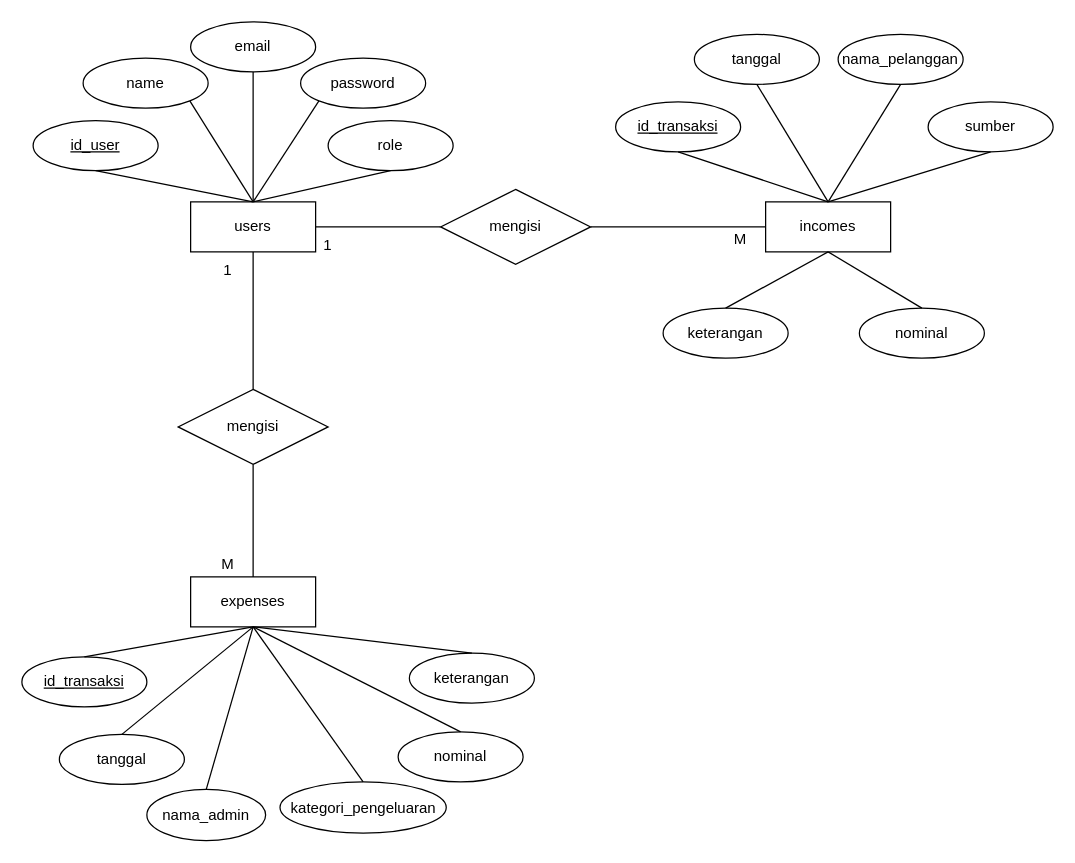
Above: page "ERD" (1 of 2) of ERD Table.drawio in Joyce-Acia/PWL_Keuangan (draw.io), before the change. Source tidied: cells renumbered, new cells numbered last; positions are measured from the earlier drawing's top-left corner, leaving out a move shared by most shapes. Both pictures are drawn from the tidied source at 125%, with x=0, y=0 at pixel (21, 21).
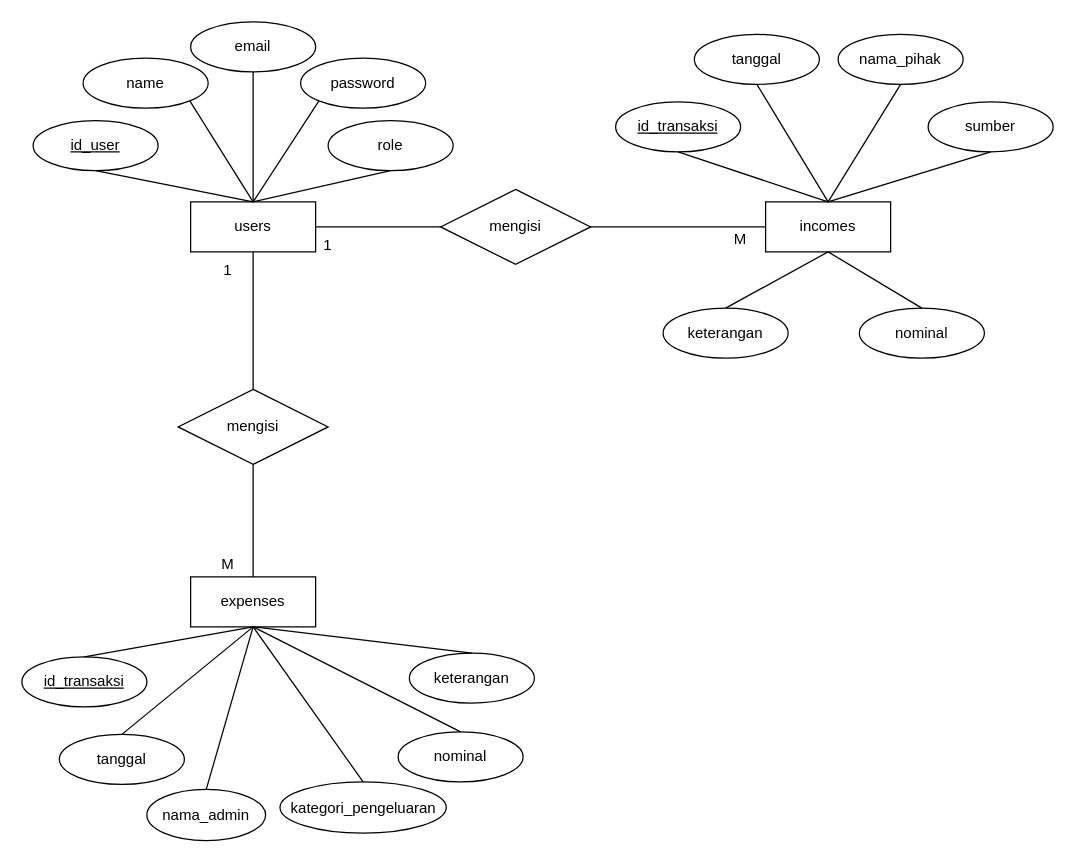
After the change.

The edit, as a diff of the source:
```diff
@@
-    <mxCell id="40" value="nama_pelanggan" style="ellipse;whiteSpace=wrap;html=1;align=center;" parent="1" vertex="1">
+    <mxCell id="40" value="nama_pihak" style="ellipse;whiteSpace=wrap;html=1;align=center;" parent="1" vertex="1">
       <mxGeometry x="653" y="10" width="100" height="40" as="geometry" />
     </mxCell>
```
